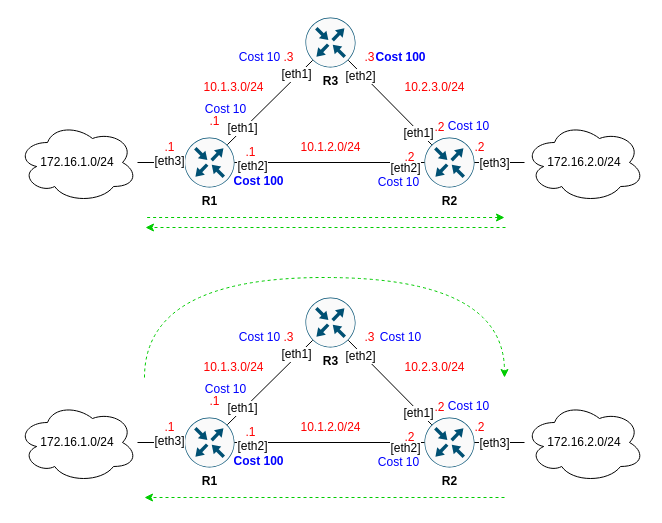
Earlier version of the draw.io diagram lab24/diagram.drawio (gs1571/otus-linux). Source tidied: cells renumbered, new cells numbered last; positions are measured from the earlier drawing's top-left corner, leaving out a move shared by most shapes. Both pictures are drawn from the tidied source at 100%, with x=0, y=0 at pixel (17, 17).
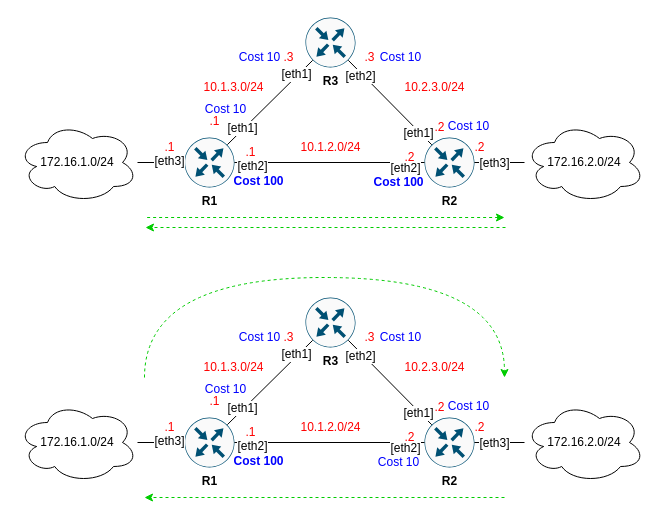
The same page after the edit.

Change to the diagram source:
```diff
@@
-    <mxCell id="32" value="&lt;b&gt;Cost 100&lt;/b&gt;" style="text;html=1;align=center;verticalAlign=middle;fontColor=#0000FF;" parent="1" vertex="1">
-      <mxGeometry x="348" y="30" width="70" height="20" as="geometry" />
+    <mxCell id="32" value="&lt;span&gt;Cost 10&lt;/span&gt;" style="text;html=1;align=center;verticalAlign=middle;fontColor=#0000FF;fontStyle=0;" parent="1" vertex="1">
+      <mxGeometry x="353" y="30" width="60" height="20" as="geometry" />
     </mxCell>
-    <mxCell id="33" value="Cost 10" style="text;html=1;align=center;verticalAlign=middle;fontColor=#0000FF;" parent="1" vertex="1">
-      <mxGeometry x="351" y="155" width="60" height="20" as="geometry" />
+    <mxCell id="33" value="Cost 100" style="text;html=1;align=center;verticalAlign=middle;fontColor=#0000FF;fontStyle=1;" parent="1" vertex="1">
+      <mxGeometry x="346" y="155" width="70" height="20" as="geometry" />
     </mxCell>
```
